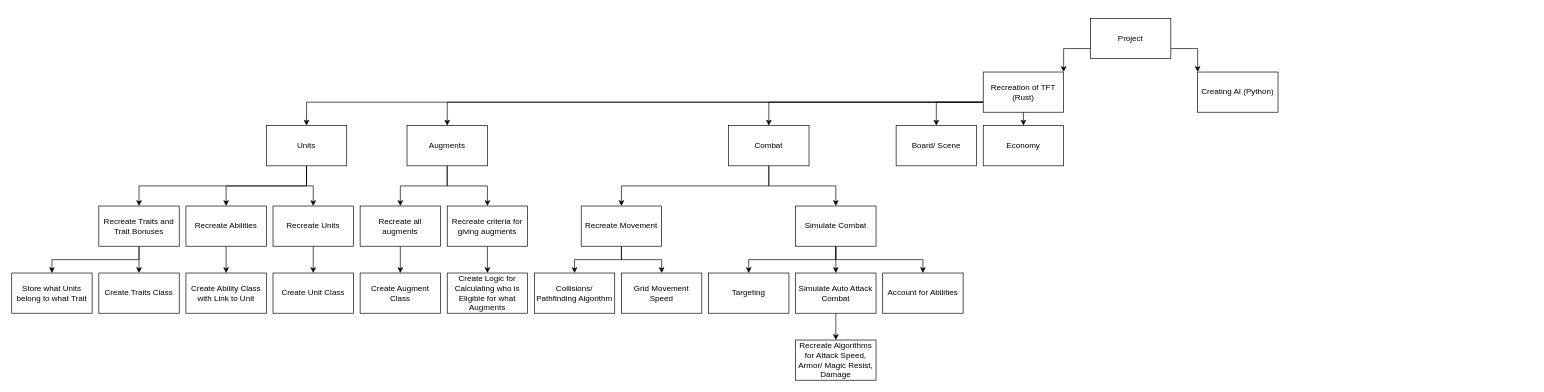
The draw.io diagram Coursework/Splittig Project.drawio in Tommyd27/TFTBot, before the edit. Source tidied: cells renumbered, new cells numbered last; positions are measured from the earlier drawing's top-left corner, leaving out a move shared by most shapes. Both pictures are drawn from the tidied source at 67%, with x=0, y=0 at pixel (11, 18).
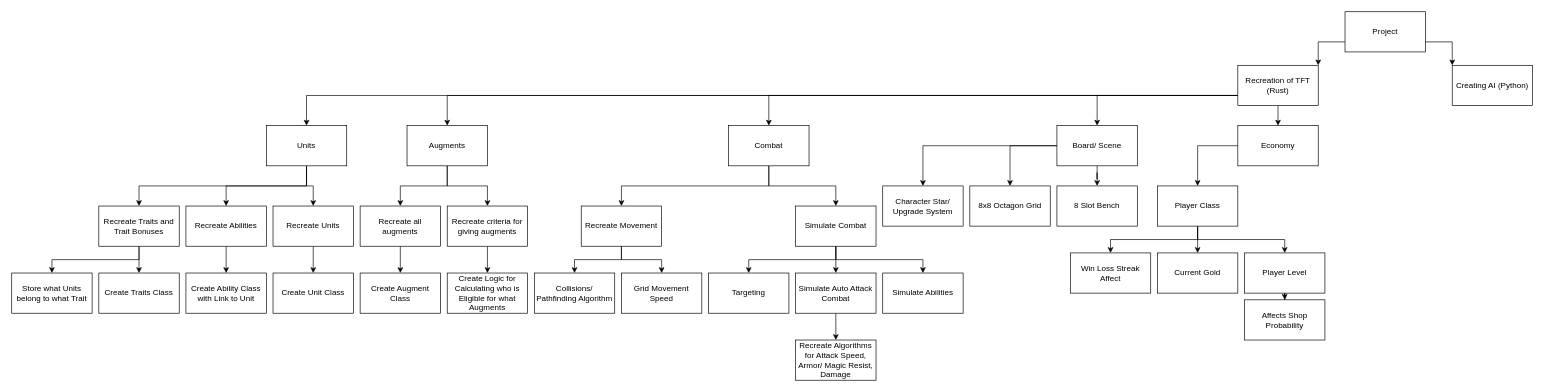
The same diagram, later.

Diff of the diagram source:
```diff
@@
     <mxCell id="4" value="Project" style="rounded=0;whiteSpace=wrap;html=1;" parent="1" vertex="1">
-      <mxGeometry x="1610" width="120" height="60" as="geometry" />
+      <mxGeometry x="1990" y="-10" width="120" height="60" as="geometry" />
     </mxCell>
@@
     <mxCell id="10" value="Recreation of TFT (Rust)" style="rounded=0;whiteSpace=wrap;html=1;" parent="1" vertex="1">
-      <mxGeometry x="1450" y="80" width="120" height="60" as="geometry" />
+      <mxGeometry x="1830" y="70" width="120" height="60" as="geometry" />
     </mxCell>
     <mxCell id="11" value="Creating AI (Python)" style="rounded=0;whiteSpace=wrap;html=1;" parent="1" vertex="1">
-      <mxGeometry x="1770" y="80" width="120" height="60" as="geometry" />
+      <mxGeometry x="2150" y="70" width="120" height="60" as="geometry" />
     </mxCell>
@@
+    <mxCell id="55" style="edgeStyle=orthogonalEdgeStyle;rounded=0;jettySize=auto;html=1;exitX=0;exitY=0.5;exitDx=0;exitDy=0;" parent="1" edge="1" source="15" target="65">
+      <mxGeometry relative="1" as="geometry" />
+    </mxCell>
     <mxCell id="15" value="Economy" style="rounded=0;whiteSpace=wrap;html=1;" parent="1" vertex="1">
-      <mxGeometry x="1450" y="160" width="120" height="60" as="geometry" />
+      <mxGeometry x="1830" y="160" width="120" height="60" as="geometry" />
     </mxCell>
+    <mxCell id="56" style="edgeStyle=orthogonalEdgeStyle;rounded=0;jettySize=auto;html=1;exitX=0.5;exitY=1;exitDx=0;exitDy=0;" parent="1" edge="1" source="16" target="60">
+      <mxGeometry relative="1" as="geometry" />
+    </mxCell>
+    <mxCell id="57" style="edgeStyle=orthogonalEdgeStyle;rounded=0;jettySize=auto;html=1;exitX=0;exitY=0.5;exitDx=0;exitDy=0;entryX=0.5;entryY=0;entryDx=0;entryDy=0;" parent="1" edge="1" source="16" target="59">
+      <mxGeometry relative="1" as="geometry" />
+    </mxCell>
+    <mxCell id="58" style="edgeStyle=orthogonalEdgeStyle;rounded=0;jettySize=auto;html=1;exitX=0;exitY=0.5;exitDx=0;exitDy=0;entryX=0.5;entryY=0;entryDx=0;entryDy=0;" parent="1" edge="1" source="16" target="61">
+      <mxGeometry relative="1" as="geometry" />
+    </mxCell>
     <mxCell id="16" value="Board/ Scene" style="rounded=0;whiteSpace=wrap;html=1;" parent="1" vertex="1">
-      <mxGeometry x="1320" y="160" width="120" height="60" as="geometry" />
+      <mxGeometry x="1560" y="160" width="120" height="60" as="geometry" />
     </mxCell>
@@
-    <mxCell id="53" value="Account for Abilities" style="rounded=0;whiteSpace=wrap;html=1;" parent="1" vertex="1">
+    <mxCell id="53" value="Simulate Abilities" style="rounded=0;whiteSpace=wrap;html=1;" parent="1" vertex="1">
       <mxGeometry x="1300" y="380" width="120" height="60" as="geometry" />
     </mxCell>
@@
+    <mxCell id="59" value="8x8 Octagon Grid" style="rounded=0;whiteSpace=wrap;html=1;" parent="1" vertex="1">
+      <mxGeometry x="1430" y="250" width="120" height="60" as="geometry" />
+    </mxCell>
+    <mxCell id="60" value="8 Slot Bench" style="rounded=0;whiteSpace=wrap;html=1;" parent="1" vertex="1">
+      <mxGeometry x="1560" y="250" width="120" height="60" as="geometry" />
+    </mxCell>
+    <mxCell id="61" value="Character Star/ Upgrade System" style="rounded=0;whiteSpace=wrap;html=1;" parent="1" vertex="1">
+      <mxGeometry x="1300" y="250" width="120" height="60" as="geometry" />
+    </mxCell>
+    <mxCell id="62" style="edgeStyle=orthogonalEdgeStyle;rounded=0;jettySize=auto;html=1;exitX=0.5;exitY=1;exitDx=0;exitDy=0;" parent="1" edge="1" source="65" target="67">
+      <mxGeometry relative="1" as="geometry" />
+    </mxCell>
+    <mxCell id="63" style="edgeStyle=orthogonalEdgeStyle;rounded=0;jettySize=auto;html=1;exitX=0.5;exitY=1;exitDx=0;exitDy=0;" parent="1" edge="1" source="65" target="66">
+      <mxGeometry relative="1" as="geometry" />
+    </mxCell>
+    <mxCell id="64" style="edgeStyle=orthogonalEdgeStyle;rounded=0;jettySize=auto;html=1;exitX=0.5;exitY=1;exitDx=0;exitDy=0;" parent="1" edge="1" source="65" target="69">
+      <mxGeometry relative="1" as="geometry" />
+    </mxCell>
+    <mxCell id="65" value="Player Class" style="rounded=0;whiteSpace=wrap;html=1;" parent="1" vertex="1">
+      <mxGeometry x="1710" y="250" width="120" height="60" as="geometry" />
+    </mxCell>
+    <mxCell id="66" value="Current Gold" style="rounded=0;whiteSpace=wrap;html=1;" parent="1" vertex="1">
+      <mxGeometry x="1710" y="350" width="120" height="60" as="geometry" />
+    </mxCell>
+    <mxCell id="67" value="Win Loss Streak Affect" style="rounded=0;whiteSpace=wrap;html=1;" parent="1" vertex="1">
+      <mxGeometry x="1580" y="350" width="120" height="60" as="geometry" />
+    </mxCell>
+    <mxCell id="68" style="edgeStyle=orthogonalEdgeStyle;rounded=0;jettySize=auto;html=1;exitX=0.5;exitY=1;exitDx=0;exitDy=0;" parent="1" edge="1" source="69" target="70">
+      <mxGeometry relative="1" as="geometry" />
+    </mxCell>
+    <mxCell id="69" value="Player Level" style="rounded=0;whiteSpace=wrap;html=1;" parent="1" vertex="1">
+      <mxGeometry x="1840" y="350" width="120" height="60" as="geometry" />
+    </mxCell>
+    <mxCell id="70" value="Affects Shop Probability" style="rounded=0;whiteSpace=wrap;html=1;" parent="1" vertex="1">
+      <mxGeometry x="1840" y="420" width="120" height="60" as="geometry" />
+    </mxCell>
```
